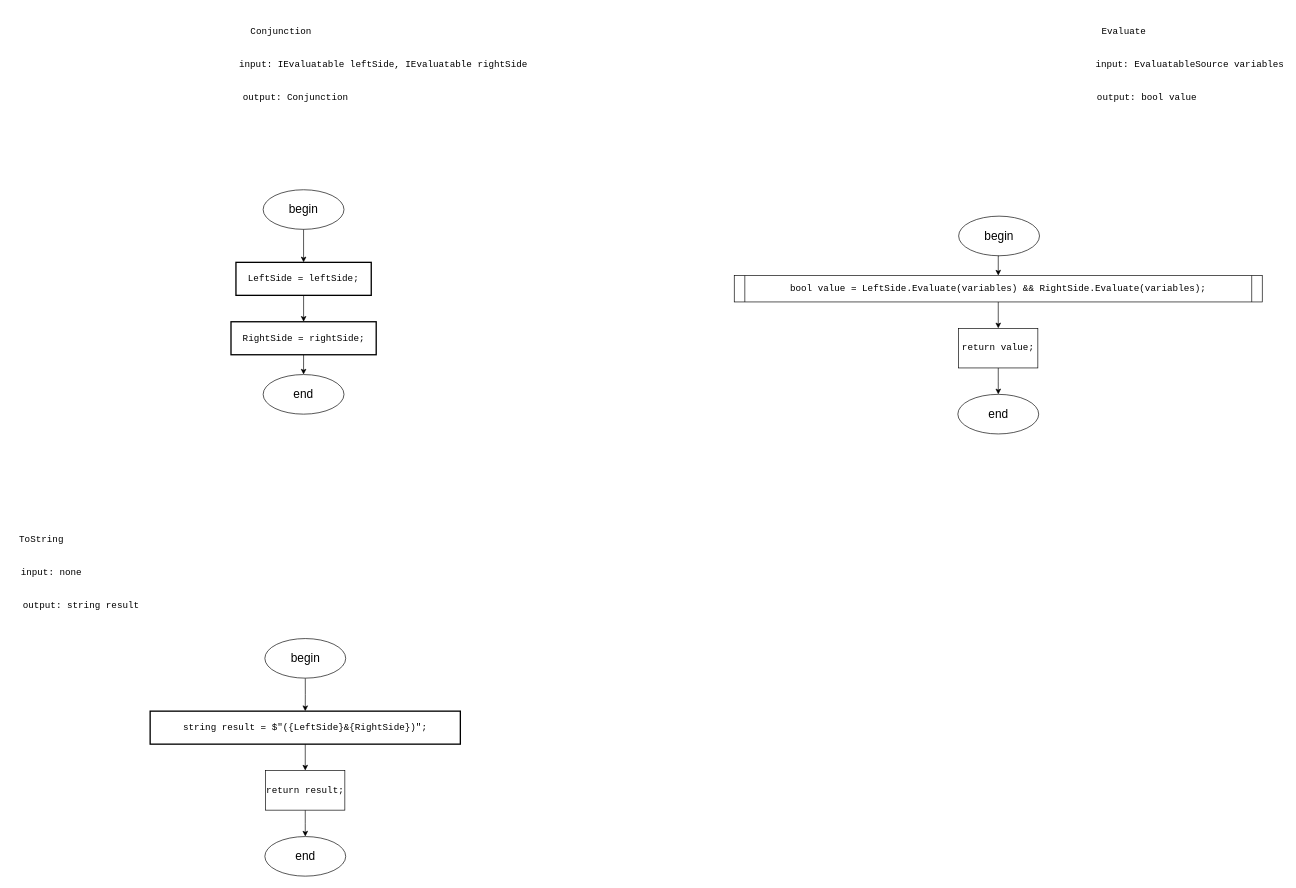
This is Diagrams/conjunction.drawio from slavikovics/FictionalVariables, a draw.io file, before an edit. Source tidied: cells renumbered, new cells numbered last; positions are measured from the earlier drawing's top-left corner, leaving out a move shared by most shapes. Both pictures are drawn from the tidied source at 66%, with x=0, y=0 at pixel (11, 11).
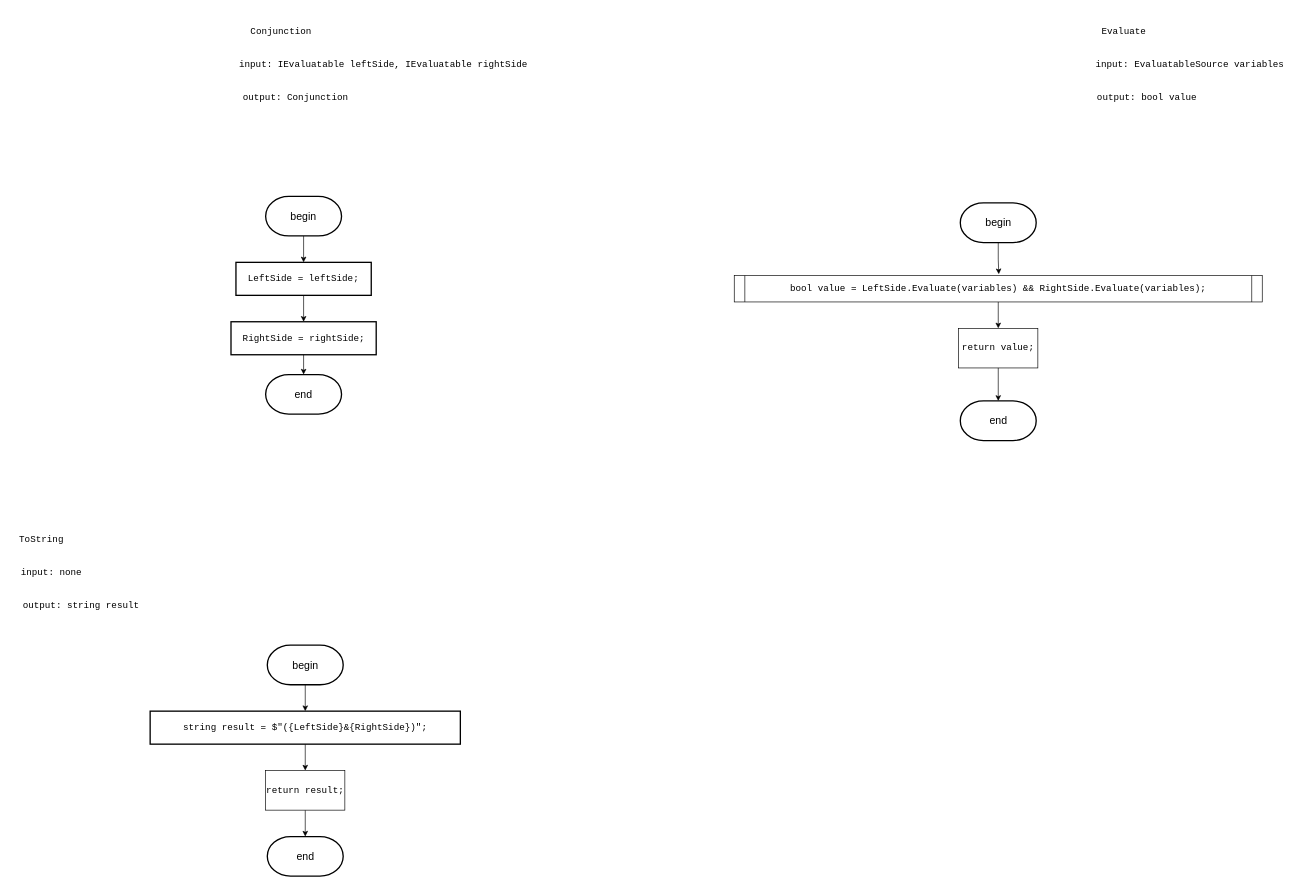
The same page after the edit.

The change refers to these unchanged cells:
```xml
<mxCell id="4" value="&lt;div style=&quot;&quot;&gt;&lt;pre style=&quot;font-family: &amp;quot;JetBrains Mono&amp;quot;, monospace;&quot;&gt;LeftSide = &lt;span style=&quot;&quot;&gt;leftSide&lt;/span&gt;;&lt;/pre&gt;&lt;/div&gt;" style="rounded=0;whiteSpace=wrap;html=1;absoluteArcSize=1;arcSize=14;strokeWidth=2;fontSize=14;fontColor=#000000;labelBackgroundColor=none;" parent="1" vertex="1">
  <mxGeometry x="340" y="380" width="205" height="50" as="geometry" />
</mxCell>
<mxCell id="6" value="&lt;div style=&quot;&quot;&gt;&lt;pre style=&quot;font-family: &amp;quot;JetBrains Mono&amp;quot;, monospace;&quot;&gt;&lt;div&gt;&lt;pre style=&quot;font-family: &amp;quot;JetBrains Mono&amp;quot;, monospace;&quot;&gt;RightSide = &lt;span style=&quot;&quot;&gt;rightSide&lt;/span&gt;;&lt;/pre&gt;&lt;/div&gt;&lt;/pre&gt;&lt;/div&gt;" style="rounded=0;whiteSpace=wrap;html=1;absoluteArcSize=1;arcSize=14;strokeWidth=2;fontSize=14;fontColor=#000000;labelBackgroundColor=none;" parent="1" vertex="1">
  <mxGeometry x="332.5" y="470" width="220" height="50" as="geometry" />
</mxCell>
<mxCell id="14" value="&lt;div style=&quot;&quot;&gt;&lt;pre style=&quot;font-family: &amp;quot;JetBrains Mono&amp;quot;, monospace;&quot;&gt;&lt;pre style=&quot;font-family: &amp;quot;JetBrains Mono&amp;quot;, monospace;&quot;&gt;&lt;div&gt;&lt;pre style=&quot;font-family: &amp;quot;JetBrains Mono&amp;quot;, monospace;&quot;&gt;&lt;span style=&quot;&quot;&gt;string &lt;/span&gt;&lt;span style=&quot;&quot;&gt;result &lt;/span&gt;= &lt;span style=&quot;&quot;&gt;$&quot;(&lt;/span&gt;{LeftSide}&lt;span style=&quot;&quot;&gt;&amp;amp;&lt;/span&gt;{RightSide}&lt;span style=&quot;&quot;&gt;)&quot;&lt;/span&gt;;&lt;/pre&gt;&lt;/div&gt;&lt;/pre&gt;&lt;/pre&gt;&lt;/div&gt;" style="rounded=0;whiteSpace=wrap;html=1;absoluteArcSize=1;arcSize=14;strokeWidth=2;fontSize=14;fontColor=#000000;labelBackgroundColor=none;" parent="1" vertex="1">
  <mxGeometry x="210" y="1060" width="470" height="50" as="geometry" />
</mxCell>
<mxCell id="18" value="&lt;pre style=&quot;font-family: &amp;quot;JetBrains Mono&amp;quot;, monospace;&quot;&gt;&lt;span style=&quot;&quot;&gt;bool &lt;/span&gt;&lt;span style=&quot;&quot;&gt;value &lt;/span&gt;= LeftSide.&lt;span style=&quot;&quot;&gt;Evaluate&lt;/span&gt;(&lt;span style=&quot;&quot;&gt;variables&lt;/span&gt;) &amp;amp;&amp;amp; RightSide.&lt;span style=&quot;&quot;&gt;Evaluate&lt;/span&gt;(&lt;span style=&quot;&quot;&gt;variables&lt;/span&gt;);&lt;/pre&gt;" style="shape=process;whiteSpace=wrap;html=1;backgroundOutline=1;size=0.0202020202020202;fontSize=14;fontColor=#000000;labelBackgroundColor=none;" parent="1" vertex="1">
  <mxGeometry x="1095" y="400" width="800" height="40" as="geometry" />
</mxCell>
<mxCell id="20" value="&lt;div style=&quot;&quot;&gt;&lt;pre style=&quot;font-family: &amp;quot;JetBrains Mono&amp;quot;, monospace;&quot;&gt;&lt;span style=&quot;&quot;&gt;return &lt;/span&gt;result;&lt;/pre&gt;&lt;/div&gt;" style="rounded=0;whiteSpace=wrap;html=1;fontSize=14;fontColor=#000000;labelBackgroundColor=none;" parent="1" vertex="1">
  <mxGeometry x="385" y="1150" width="120" height="60" as="geometry" />
</mxCell>
<mxCell id="22" value="&lt;div style=&quot;&quot;&gt;&lt;pre style=&quot;font-family: &amp;quot;JetBrains Mono&amp;quot;, monospace;&quot;&gt;&lt;span style=&quot;&quot;&gt;return &lt;/span&gt;value;&lt;/pre&gt;&lt;/div&gt;" style="rounded=0;whiteSpace=wrap;html=1;fontSize=14;fontColor=#000000;labelBackgroundColor=none;" parent="1" vertex="1">
  <mxGeometry x="1435" y="480" width="120" height="60" as="geometry" />
</mxCell>
```

Diff of the diagram source:
```diff
@@
-    <mxCell id="5" style="edgeStyle=orthogonalEdgeStyle;rounded=0;jettySize=auto;html=1;exitX=0.5;exitY=1;exitDx=0;exitDy=0;entryX=0.5;entryY=0;entryDx=0;entryDy=0;" parent="1" edge="1" source="6" target="25">
-      <mxGeometry relative="1" as="geometry" />
-    </mxCell>
@@
-    <mxCell id="19" style="edgeStyle=orthogonalEdgeStyle;rounded=0;jettySize=auto;html=1;exitX=0.5;exitY=1;exitDx=0;exitDy=0;entryX=0.5;entryY=0;entryDx=0;entryDy=0;" parent="1" edge="1" source="20" target="28">
-      <mxGeometry relative="1" as="geometry" />
-    </mxCell>
+    <mxCell id="32" style="edgeStyle=orthogonalEdgeStyle;rounded=0;jettySize=auto;html=1;exitX=0.5;exitY=1;exitDx=0;exitDy=0;" parent="1" edge="1" source="20" target="39">
+      <mxGeometry relative="1" as="geometry" />
+    </mxCell>
@@
-    <mxCell id="21" style="edgeStyle=orthogonalEdgeStyle;rounded=0;jettySize=auto;html=1;exitX=0.5;exitY=1;exitDx=0;exitDy=0;" parent="1" edge="1" source="22" target="31">
-      <mxGeometry relative="1" as="geometry" />
-    </mxCell>
@@
-    <mxCell id="23" style="edgeStyle=orthogonalEdgeStyle;rounded=0;jettySize=auto;html=1;exitX=0.5;exitY=1;exitDx=0;exitDy=0;entryX=0.5;entryY=0;entryDx=0;entryDy=0;" parent="1" edge="1" source="24" target="4">
-      <mxGeometry relative="1" as="geometry" />
-    </mxCell>
-    <mxCell id="24" value="&lt;font style=&quot;font-size: 18px;&quot;&gt;begin&lt;/font&gt;" style="ellipse;whiteSpace=wrap;html=1;" parent="1" vertex="1">
-      <mxGeometry x="381.2" y="270" width="122.5" height="60" as="geometry" />
-    </mxCell>
-    <mxCell id="25" value="&lt;font style=&quot;font-size: 18px;&quot;&gt;end&lt;/font&gt;" style="ellipse;whiteSpace=wrap;html=1;" parent="1" vertex="1">
-      <mxGeometry x="381.2" y="550" width="122.5" height="60" as="geometry" />
-    </mxCell>
-    <mxCell id="26" style="edgeStyle=orthogonalEdgeStyle;rounded=0;jettySize=auto;html=1;exitX=0.5;exitY=1;exitDx=0;exitDy=0;entryX=0.5;entryY=0;entryDx=0;entryDy=0;" parent="1" edge="1" source="27" target="14">
-      <mxGeometry relative="1" as="geometry" />
-    </mxCell>
-    <mxCell id="27" value="&lt;font style=&quot;font-size: 18px;&quot;&gt;begin&lt;/font&gt;" style="ellipse;whiteSpace=wrap;html=1;" parent="1" vertex="1">
-      <mxGeometry x="383.8" y="950" width="122.5" height="60" as="geometry" />
-    </mxCell>
-    <mxCell id="28" value="&lt;font style=&quot;font-size: 18px;&quot;&gt;end&lt;/font&gt;" style="ellipse;whiteSpace=wrap;html=1;" parent="1" vertex="1">
-      <mxGeometry x="383.8" y="1250" width="122.5" height="60" as="geometry" />
-    </mxCell>
-    <mxCell id="29" style="edgeStyle=orthogonalEdgeStyle;rounded=0;jettySize=auto;html=1;exitX=0.5;exitY=1;exitDx=0;exitDy=0;entryX=0.5;entryY=0;entryDx=0;entryDy=0;" parent="1" edge="1" source="30" target="18">
-      <mxGeometry relative="1" as="geometry" />
-    </mxCell>
-    <mxCell id="30" value="&lt;font style=&quot;font-size: 18px;&quot;&gt;begin&lt;/font&gt;" style="ellipse;whiteSpace=wrap;html=1;" parent="1" vertex="1">
-      <mxGeometry x="1435" y="310" width="122.5" height="60" as="geometry" />
-    </mxCell>
-    <mxCell id="31" value="&lt;font style=&quot;font-size: 18px;&quot;&gt;end&lt;/font&gt;" style="ellipse;whiteSpace=wrap;html=1;" parent="1" vertex="1">
-      <mxGeometry x="1433.8" y="580" width="122.5" height="60" as="geometry" />
-    </mxCell>
+    <mxCell id="33" style="edgeStyle=orthogonalEdgeStyle;rounded=0;jettySize=auto;html=1;exitX=0.5;exitY=1;exitDx=0;exitDy=0;exitPerimeter=0;entryX=0.5;entryY=0;entryDx=0;entryDy=0;" parent="1" edge="1" source="34" target="4">
+      <mxGeometry relative="1" as="geometry" />
+    </mxCell>
+    <mxCell id="34" value="&lt;font style=&quot;font-size: 16px;&quot;&gt;begin&lt;/font&gt;" style="strokeWidth=2;html=1;shape=mxgraph.flowchart.terminator;whiteSpace=wrap;" parent="1" vertex="1">
+      <mxGeometry x="385" y="280" width="115" height="60" as="geometry" />
+    </mxCell>
+    <mxCell id="35" value="&lt;font style=&quot;font-size: 16px;&quot;&gt;end&lt;/font&gt;" style="strokeWidth=2;html=1;shape=mxgraph.flowchart.terminator;whiteSpace=wrap;" parent="1" vertex="1">
+      <mxGeometry x="385" y="550" width="115" height="60" as="geometry" />
+    </mxCell>
+    <mxCell id="36" style="edgeStyle=orthogonalEdgeStyle;rounded=0;jettySize=auto;html=1;exitX=0.5;exitY=1;exitDx=0;exitDy=0;entryX=0.5;entryY=0;entryDx=0;entryDy=0;entryPerimeter=0;" parent="1" edge="1" source="6" target="35">
+      <mxGeometry relative="1" as="geometry" />
+    </mxCell>
+    <mxCell id="37" style="edgeStyle=orthogonalEdgeStyle;rounded=0;jettySize=auto;html=1;exitX=0.5;exitY=1;exitDx=0;exitDy=0;exitPerimeter=0;entryX=0.5;entryY=0;entryDx=0;entryDy=0;" parent="1" edge="1" source="38" target="14">
+      <mxGeometry relative="1" as="geometry" />
+    </mxCell>
+    <mxCell id="38" value="&lt;font style=&quot;font-size: 16px;&quot;&gt;begin&lt;/font&gt;" style="strokeWidth=2;html=1;shape=mxgraph.flowchart.terminator;whiteSpace=wrap;" parent="1" vertex="1">
+      <mxGeometry x="387.5" y="960" width="115" height="60" as="geometry" />
+    </mxCell>
+    <mxCell id="39" value="&lt;font style=&quot;font-size: 16px;&quot;&gt;end&lt;/font&gt;" style="strokeWidth=2;html=1;shape=mxgraph.flowchart.terminator;whiteSpace=wrap;" parent="1" vertex="1">
+      <mxGeometry x="387.5" y="1250" width="115" height="60" as="geometry" />
+    </mxCell>
+    <mxCell id="40" value="&lt;font style=&quot;font-size: 16px;&quot;&gt;begin&lt;/font&gt;" style="strokeWidth=2;html=1;shape=mxgraph.flowchart.terminator;whiteSpace=wrap;" parent="1" vertex="1">
+      <mxGeometry x="1437.5" y="290" width="115" height="60" as="geometry" />
+    </mxCell>
+    <mxCell id="41" style="edgeStyle=orthogonalEdgeStyle;rounded=0;jettySize=auto;html=1;exitX=0.5;exitY=1;exitDx=0;exitDy=0;exitPerimeter=0;entryX=0.501;entryY=-0.051;entryDx=0;entryDy=0;entryPerimeter=0;" parent="1" edge="1" source="40" target="18">
+      <mxGeometry relative="1" as="geometry" />
+    </mxCell>
+    <mxCell id="42" value="&lt;font style=&quot;font-size: 16px;&quot;&gt;end&lt;/font&gt;" style="strokeWidth=2;html=1;shape=mxgraph.flowchart.terminator;whiteSpace=wrap;" parent="1" vertex="1">
+      <mxGeometry x="1437.5" y="590" width="115" height="60" as="geometry" />
+    </mxCell>
+    <mxCell id="43" style="edgeStyle=orthogonalEdgeStyle;rounded=0;jettySize=auto;html=1;exitX=0.5;exitY=1;exitDx=0;exitDy=0;entryX=0.5;entryY=0;entryDx=0;entryDy=0;entryPerimeter=0;" parent="1" edge="1" source="22" target="42">
+      <mxGeometry relative="1" as="geometry" />
+    </mxCell>
```
